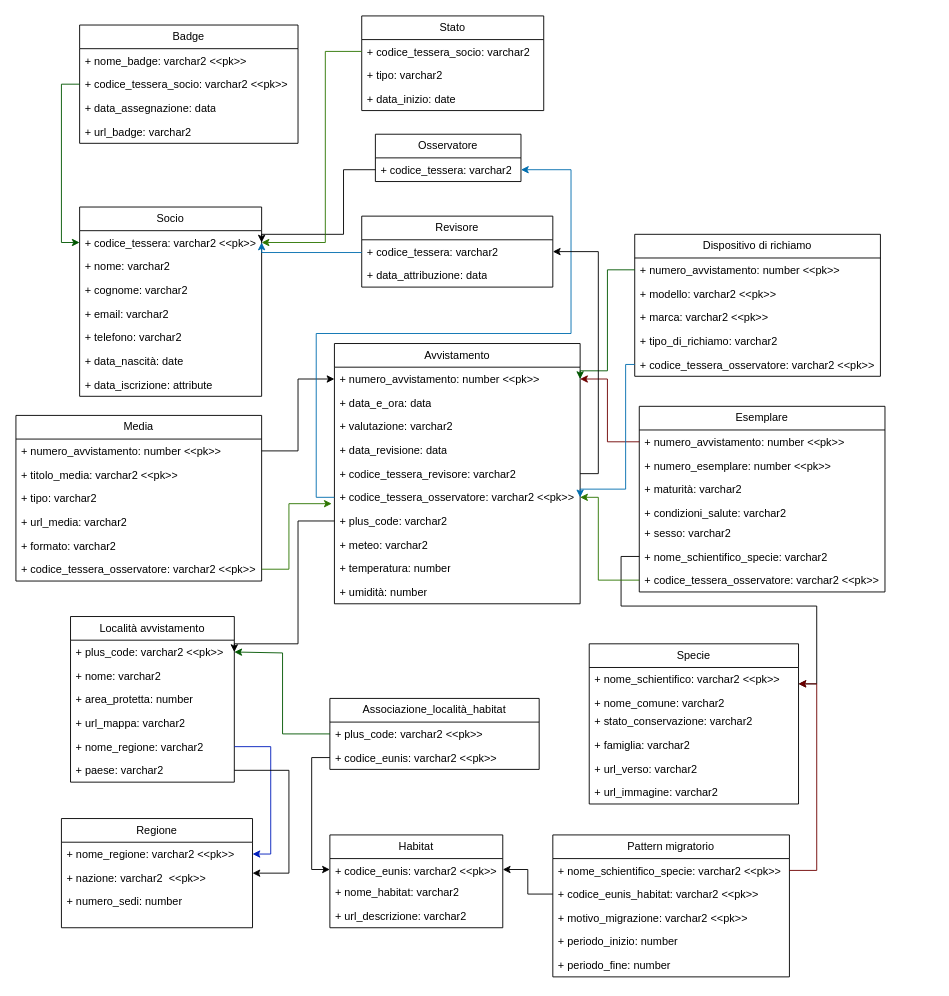
Earlier version of the draw.io diagram page "Page-2" (2 of 3) of document/DiagramEer.drawio (uni-aca100/db-uni). Source tidied: cells renumbered, new cells numbered last; positions are measured from the earlier drawing's top-left corner, leaving out a move shared by most shapes. Both pictures are drawn from the tidied source at 91%, with x=0, y=0 at pixel (15, 15).
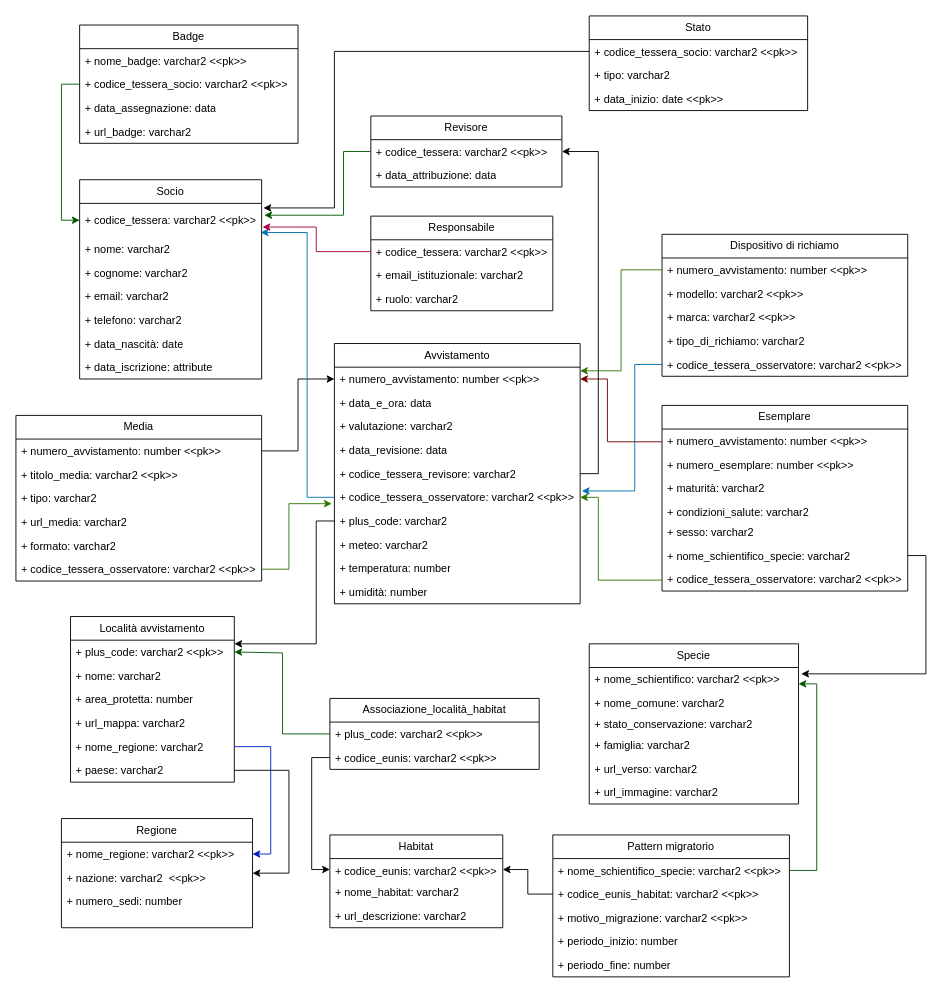
Above is the later version.

Unchanged cells that the change refers to:
```xml
<mxCell id="21" value="Specie" style="swimlane;fontStyle=0;horizontal=1;startSize=26;fillColor=none;whiteSpace=wrap;html=1;" parent="1" vertex="1">
  <mxGeometry x="630" y="690" width="230" height="176" as="geometry" />
</mxCell>
<mxCell id="22" value="+ nome_schientifico: varchar2 &amp;lt;&amp;lt;pk&amp;gt;&amp;gt;" style="text;strokeColor=none;fillColor=none;align=left;verticalAlign=top;spacingLeft=4;spacingRight=4;overflow=hidden;points=[[0,0.5],[1,0.5]];portConstraint=eastwest;whiteSpace=wrap;html=1;" parent="21" vertex="1">
  <mxGeometry y="26" width="230" height="26" as="geometry" />
</mxCell>
<mxCell id="33" value="+ plus_code: varchar2 &amp;lt;&amp;lt;pk&amp;gt;&amp;gt;" style="text;strokeColor=none;fillColor=none;align=left;verticalAlign=top;spacingLeft=4;spacingRight=4;overflow=hidden;points=[[0,0.5],[1,0.5]];portConstraint=eastwest;whiteSpace=wrap;html=1;" parent="32" vertex="1">
  <mxGeometry y="26" width="180" height="26" as="geometry" />
</mxCell>
<mxCell id="40" value="+ numero_avvistamento: number &amp;lt;&amp;lt;pk&amp;gt;&amp;gt;" style="text;strokeColor=none;fillColor=none;align=left;verticalAlign=top;spacingLeft=4;spacingRight=4;overflow=hidden;points=[[0,0.5],[1,0.5]];portConstraint=eastwest;whiteSpace=wrap;html=1;" parent="39" vertex="1">
  <mxGeometry y="26" width="270" height="26" as="geometry" />
</mxCell>
<mxCell id="45" value="+ codice_tessera_osservatore:&amp;nbsp;varchar2 &amp;lt;&amp;lt;pk&amp;gt;&amp;gt;" style="text;strokeColor=none;fillColor=none;align=left;verticalAlign=top;spacingLeft=4;spacingRight=4;overflow=hidden;points=[[0,0.5],[1,0.5]];portConstraint=eastwest;whiteSpace=wrap;html=1;" parent="39" vertex="1">
  <mxGeometry y="156" width="270" height="26" as="geometry" />
</mxCell>
<mxCell id="46" value="+ plus_code: varchar2" style="text;strokeColor=none;fillColor=none;align=left;verticalAlign=top;spacingLeft=4;spacingRight=4;overflow=hidden;points=[[0,0.5],[1,0.5]];portConstraint=eastwest;whiteSpace=wrap;html=1;" parent="39" vertex="1">
  <mxGeometry y="182" width="270" height="26" as="geometry" />
</mxCell>
<mxCell id="57" value="+ nome_schientifico_specie: varchar2" style="text;strokeColor=none;fillColor=none;align=left;verticalAlign=top;spacingLeft=4;spacingRight=4;overflow=hidden;points=[[0,0.5],[1,0.5]];portConstraint=eastwest;whiteSpace=wrap;html=1;" parent="51" vertex="1">
  <mxGeometry y="152" width="270" height="26" as="geometry" />
</mxCell>
<mxCell id="71" value="+ nome_schientifico_specie: varchar2 &amp;lt;&amp;lt;pk&amp;gt;&amp;gt;" style="text;strokeColor=none;fillColor=none;align=left;verticalAlign=top;spacingLeft=4;spacingRight=4;overflow=hidden;points=[[0,0.5],[1,0.5]];portConstraint=eastwest;whiteSpace=wrap;html=1;" parent="70" vertex="1">
  <mxGeometry y="26" width="260" height="26" as="geometry" />
</mxCell>
<mxCell id="86" value="+ numero_avvistamento: number &amp;lt;&amp;lt;pk&amp;gt;&amp;gt;" style="text;strokeColor=none;fillColor=none;align=left;verticalAlign=top;spacingLeft=4;spacingRight=4;overflow=hidden;points=[[0,0.5],[1,0.5]];portConstraint=eastwest;whiteSpace=wrap;html=1;" parent="85" vertex="1">
  <mxGeometry y="26" width="270" height="26" as="geometry" />
</mxCell>
<mxCell id="90" value="+ codice_tessera_osservatore: varchar2 &amp;lt;&amp;lt;pk&amp;gt;&amp;gt;" style="text;strokeColor=none;fillColor=none;align=left;verticalAlign=top;spacingLeft=4;spacingRight=4;overflow=hidden;points=[[0,0.5],[1,0.5]];portConstraint=eastwest;whiteSpace=wrap;html=1;" parent="85" vertex="1">
  <mxGeometry y="130" width="270" height="26" as="geometry" />
</mxCell>
```

The edit, as a diff of the source:
```diff
@@
-    <mxCell id="6" value="Osservatore" style="swimlane;fontStyle=0;horizontal=1;startSize=26;fillColor=none;whiteSpace=wrap;html=1;" parent="1" vertex="1">
-      <mxGeometry x="395" y="130" width="160" height="52" as="geometry" />
+    <mxCell id="6" value="Responsabile" style="swimlane;fontStyle=0;horizontal=1;startSize=26;fillColor=none;whiteSpace=wrap;html=1;" parent="1" vertex="1">
+      <mxGeometry x="390" y="220" width="200" height="104" as="geometry" />
     </mxCell>
-    <mxCell id="7" value="+ codice_tessera: varchar2" style="text;strokeColor=none;fillColor=none;align=left;verticalAlign=top;spacingLeft=4;spacingRight=4;overflow=hidden;points=[[0,0.5],[1,0.5]];portConstraint=eastwest;whiteSpace=wrap;html=1;" parent="6" vertex="1">
-      <mxGeometry y="26" width="160" height="26" as="geometry" />
+    <mxCell id="7" value="+ codice_tessera: varchar2 &amp;lt;&amp;lt;pk&amp;gt;&amp;gt;" style="text;strokeColor=none;fillColor=none;align=left;verticalAlign=top;spacingLeft=4;spacingRight=4;overflow=hidden;points=[[0,0.5],[1,0.5]];portConstraint=eastwest;whiteSpace=wrap;html=1;" parent="6" vertex="1">
+      <mxGeometry y="26" width="200" height="26" as="geometry" />
     </mxCell>
+    <mxCell id="107" value="+ email_istituzionale:&amp;nbsp;varchar2" style="text;strokeColor=none;fillColor=none;align=left;verticalAlign=top;spacingLeft=4;spacingRight=4;overflow=hidden;whiteSpace=wrap;html=1;" parent="6" vertex="1">
+      <mxGeometry y="52" width="200" height="26" as="geometry" />
+    </mxCell>
+    <mxCell id="108" value="+ ruolo:&amp;nbsp;varchar2" style="text;strokeColor=none;fillColor=none;align=left;verticalAlign=top;spacingLeft=4;spacingRight=4;overflow=hidden;whiteSpace=wrap;html=1;" parent="6" vertex="1">
+      <mxGeometry y="78" width="200" height="26" as="geometry" />
+    </mxCell>
     <mxCell id="8" value="Socio" style="swimlane;fontStyle=0;horizontal=1;startSize=26;fillColor=none;whiteSpace=wrap;html=1;" parent="1" vertex="1">
-      <mxGeometry x="70" y="210" width="200" height="208" as="geometry" />
+      <mxGeometry x="70" y="180" width="200" height="219" as="geometry" />
     </mxCell>
-    <mxCell id="9" value="+ codice_tessera: varchar2 &amp;lt;&amp;lt;pk&amp;gt;&amp;gt;" style="text;strokeColor=none;fillColor=none;align=left;verticalAlign=top;spacingLeft=4;spacingRight=4;overflow=hidden;points=[[0,0.5],[1,0.5]];portConstraint=eastwest;whiteSpace=wrap;html=1;" parent="8" vertex="1">
-      <mxGeometry y="26" width="200" height="26" as="geometry" />
+    <mxCell id="9" value="+ codice_tessera: varchar2 &amp;lt;&amp;lt;pk&amp;gt;&amp;gt;" style="text;strokeColor=none;fillColor=none;align=left;verticalAlign=middle;spacingLeft=4;spacingRight=4;overflow=hidden;points=[[0,0.5],[1,0.5]];portConstraint=eastwest;whiteSpace=wrap;html=1;" parent="8" vertex="1">
+      <mxGeometry y="26" width="200" height="37" as="geometry" />
     </mxCell>
     <mxCell id="10" value="+ nome: varchar2" style="text;strokeColor=none;fillColor=none;align=left;verticalAlign=top;spacingLeft=4;spacingRight=4;overflow=hidden;whiteSpace=wrap;html=1;" parent="8" vertex="1">
-      <mxGeometry y="52" width="200" height="26" as="geometry" />
+      <mxGeometry y="63" width="200" height="26" as="geometry" />
     </mxCell>
     <mxCell id="11" value="+ cognome: varchar2" style="text;strokeColor=none;fillColor=none;align=left;verticalAlign=top;spacingLeft=4;spacingRight=4;overflow=hidden;whiteSpace=wrap;html=1;" parent="8" vertex="1">
-      <mxGeometry y="78" width="200" height="26" as="geometry" />
+      <mxGeometry y="89" width="200" height="26" as="geometry" />
     </mxCell>
     <mxCell id="12" value="+ email: varchar2" style="text;strokeColor=none;fillColor=none;align=left;verticalAlign=top;spacingLeft=4;spacingRight=4;overflow=hidden;whiteSpace=wrap;html=1;" parent="8" vertex="1">
-      <mxGeometry y="104" width="200" height="26" as="geometry" />
+      <mxGeometry y="115" width="200" height="26" as="geometry" />
     </mxCell>
     <mxCell id="13" value="+ telefono: varchar2" style="text;strokeColor=none;fillColor=none;align=left;verticalAlign=top;spacingLeft=4;spacingRight=4;overflow=hidden;whiteSpace=wrap;html=1;" parent="8" vertex="1">
-      <mxGeometry y="130" width="200" height="26" as="geometry" />
+      <mxGeometry y="141" width="200" height="26" as="geometry" />
     </mxCell>
     <mxCell id="14" value="+ data_nascità: date" style="text;strokeColor=none;fillColor=none;align=left;verticalAlign=top;spacingLeft=4;spacingRight=4;overflow=hidden;whiteSpace=wrap;html=1;" parent="8" vertex="1">
-      <mxGeometry y="156" width="200" height="26" as="geometry" />
+      <mxGeometry y="167" width="200" height="26" as="geometry" />
     </mxCell>
     <mxCell id="15" value="+ data_iscrizione: attribute" style="text;strokeColor=none;fillColor=none;align=left;verticalAlign=top;spacingLeft=4;spacingRight=4;overflow=hidden;whiteSpace=wrap;html=1;" parent="8" vertex="1">
-      <mxGeometry y="182" width="200" height="26" as="geometry" />
+      <mxGeometry y="193" width="200" height="26" as="geometry" />
     </mxCell>
-    <mxCell id="16" style="edgeStyle=orthogonalEdgeStyle;rounded=0;jettySize=auto;html=1;entryX=1;entryY=0.5;entryDx=0;entryDy=0;" parent="1" edge="1" source="7" target="9">
-      <mxGeometry relative="1" as="geometry">
-        <Array as="points">
-          <mxPoint x="360" y="169" />
-          <mxPoint x="360" y="240" />
-          <mxPoint x="270" y="240" />
-        </Array>
-      </mxGeometry>
-    </mxCell>
     <mxCell id="17" value="Revisore" style="swimlane;fontStyle=0;horizontal=1;startSize=26;fillColor=none;whiteSpace=wrap;html=1;" parent="1" vertex="1">
-      <mxGeometry x="380" y="220" width="210" height="78" as="geometry" />
+      <mxGeometry x="390" y="110" width="210" height="78" as="geometry" />
     </mxCell>
-    <mxCell id="18" value="+ codice_tessera: varchar2" style="text;strokeColor=none;fillColor=none;align=left;verticalAlign=top;spacingLeft=4;spacingRight=4;overflow=hidden;points=[[0,0.5],[1,0.5]];portConstraint=eastwest;whiteSpace=wrap;html=1;" parent="17" vertex="1">
+    <mxCell id="18" value="+ codice_tessera: varchar2 &amp;lt;&amp;lt;pk&amp;gt;&amp;gt;" style="text;strokeColor=none;fillColor=none;align=left;verticalAlign=top;spacingLeft=4;spacingRight=4;overflow=hidden;points=[[0,0.5],[1,0.5]];portConstraint=eastwest;whiteSpace=wrap;html=1;" parent="17" vertex="1">
       <mxGeometry y="26" width="210" height="26" as="geometry" />
     </mxCell>
@@
-    <mxCell id="20" style="edgeStyle=orthogonalEdgeStyle;rounded=0;jettySize=auto;html=1;entryX=1;entryY=0.5;entryDx=0;entryDy=0;fillColor=#1ba1e2;strokeColor=#006EAF;" parent="1" edge="1" source="18" target="9">
-      <mxGeometry relative="1" as="geometry">
-        <Array as="points">
-          <mxPoint x="270" y="260" />
-        </Array>
-      </mxGeometry>
-    </mxCell>
@@
-    <mxCell id="24" value="+ stato_conservazione: varchar2" style="text;strokeColor=none;fillColor=none;align=left;verticalAlign=top;spacingLeft=4;spacingRight=4;overflow=hidden;whiteSpace=wrap;html=1;" parent="21" vertex="1">
+    <mxCell id="24" value="+ stato_conservazione: varchar2" style="text;strokeColor=none;fillColor=none;align=left;verticalAlign=bottom;spacingLeft=4;spacingRight=4;overflow=hidden;whiteSpace=wrap;html=1;" parent="21" vertex="1">
       <mxGeometry y="72" width="230" height="26" as="geometry" />
     </mxCell>
@@
-    <mxCell id="50" style="edgeStyle=orthogonalEdgeStyle;rounded=0;jettySize=auto;html=1;entryX=1;entryY=0.5;entryDx=0;entryDy=0;" parent="1" edge="1" source="46" target="33">
-      <mxGeometry relative="1" as="geometry">
-        <Array as="points">
-          <mxPoint x="310" y="555" />
-          <mxPoint x="310" y="690" />
-          <mxPoint x="240" y="690" />
-        </Array>
-      </mxGeometry>
-    </mxCell>
     <mxCell id="51" value="Esemplare" style="swimlane;fontStyle=0;horizontal=1;startSize=26;fillColor=none;whiteSpace=wrap;html=1;" parent="1" vertex="1">
-      <mxGeometry x="685" y="429" width="270" height="204" as="geometry" />
+      <mxGeometry x="710" y="428" width="270" height="204" as="geometry" />
     </mxCell>
@@
-    <mxCell id="60" style="edgeStyle=orthogonalEdgeStyle;rounded=0;jettySize=auto;html=1;entryX=1;entryY=0.25;entryDx=0;entryDy=0;" parent="1" edge="1" source="57" target="21">
-      <mxGeometry relative="1" as="geometry" />
+    <mxCell id="60" style="edgeStyle=orthogonalEdgeStyle;rounded=0;jettySize=auto;html=1;entryX=1.013;entryY=0.269;entryDx=0;entryDy=0;entryPerimeter=0;" parent="1" edge="1" source="57" target="22">
+      <mxGeometry relative="1" as="geometry">
+        <Array as="points">
+          <mxPoint x="1000" y="593" />
+          <mxPoint x="1000" y="723" />
+        </Array>
+      </mxGeometry>
     </mxCell>
@@
-    <mxCell id="77" style="edgeStyle=orthogonalEdgeStyle;rounded=0;jettySize=auto;html=1;entryX=1;entryY=0.25;entryDx=0;entryDy=0;fillColor=#a20025;strokeColor=#6F0000;" parent="1" edge="1" source="71" target="21">
+    <mxCell id="77" style="edgeStyle=orthogonalEdgeStyle;rounded=0;jettySize=auto;html=1;entryX=1;entryY=0.25;entryDx=0;entryDy=0;fillColor=#008a00;strokeColor=#005700;" parent="1" edge="1" source="71" target="21">
       <mxGeometry relative="1" as="geometry" />
     </mxCell>
@@
     <mxCell id="85" value="Dispositivo di richiamo" style="swimlane;fontStyle=0;horizontal=1;startSize=26;fillColor=none;whiteSpace=wrap;html=1;" parent="1" vertex="1">
-      <mxGeometry x="680" y="240" width="270" height="156" as="geometry" />
+      <mxGeometry x="710" y="240" width="270" height="156" as="geometry" />
     </mxCell>
@@
-    <mxCell id="91" style="edgeStyle=orthogonalEdgeStyle;rounded=0;jettySize=auto;html=1;entryX=1;entryY=0.5;entryDx=0;entryDy=0;fillColor=#008a00;strokeColor=#005700;exitX=0;exitY=0.5;exitDx=0;exitDy=0;" parent="1" edge="1" source="86" target="40">
-      <mxGeometry relative="1" as="geometry">
-        <Array as="points">
-          <mxPoint x="650" y="279" />
-          <mxPoint x="650" y="390" />
-          <mxPoint x="620" y="390" />
-        </Array>
-      </mxGeometry>
-    </mxCell>
@@
-    <mxCell id="98" style="edgeStyle=orthogonalEdgeStyle;rounded=0;jettySize=auto;html=1;exitX=0;exitY=0.5;exitDx=0;exitDy=0;entryX=1;entryY=0.5;entryDx=0;entryDy=0;fillColor=#1ba1e2;strokeColor=#006EAF;" parent="1" edge="1" source="45" target="7">
-      <mxGeometry relative="1" as="geometry">
-        <Array as="points">
-          <mxPoint x="330" y="529" />
-          <mxPoint x="330" y="349" />
-          <mxPoint x="610" y="349" />
-          <mxPoint x="610" y="169" />
-        </Array>
-      </mxGeometry>
-    </mxCell>
-    <mxCell id="99" style="edgeStyle=orthogonalEdgeStyle;rounded=0;jettySize=auto;html=1;entryX=1;entryY=0.5;entryDx=0;entryDy=0;fillColor=#1ba1e2;strokeColor=#006EAF;" parent="1" edge="1" source="90" target="45">
-      <mxGeometry relative="1" as="geometry">
-        <Array as="points">
-          <mxPoint x="670" y="383" />
-          <mxPoint x="670" y="520" />
-          <mxPoint x="620" y="520" />
-        </Array>
-      </mxGeometry>
-    </mxCell>
@@
     <mxCell id="102" value="Stato" style="swimlane;fontStyle=0;horizontal=1;startSize=26;fillColor=none;whiteSpace=wrap;html=1;" parent="1" vertex="1">
-      <mxGeometry x="380" width="200" height="104" as="geometry" />
+      <mxGeometry x="630" width="240" height="104" as="geometry" />
     </mxCell>
-    <mxCell id="103" value="+ codice_tessera_socio: varchar2" style="text;strokeColor=none;fillColor=none;align=left;verticalAlign=top;spacingLeft=4;spacingRight=4;overflow=hidden;points=[[0,0.5],[1,0.5]];portConstraint=eastwest;whiteSpace=wrap;html=1;" parent="102" vertex="1">
-      <mxGeometry y="26" width="200" height="26" as="geometry" />
+    <mxCell id="103" value="+ codice_tessera_socio: varchar2 &amp;lt;&amp;lt;pk&amp;gt;&amp;gt;" style="text;strokeColor=none;fillColor=none;align=left;verticalAlign=top;spacingLeft=4;spacingRight=4;overflow=hidden;points=[[0,0.5],[1,0.5]];portConstraint=eastwest;whiteSpace=wrap;html=1;" parent="102" vertex="1">
+      <mxGeometry y="26" width="240" height="26" as="geometry" />
     </mxCell>
     <mxCell id="104" value="+ tipo: varchar2" style="text;strokeColor=none;fillColor=none;align=left;verticalAlign=top;spacingLeft=4;spacingRight=4;overflow=hidden;whiteSpace=wrap;html=1;" parent="102" vertex="1">
-      <mxGeometry y="52" width="200" height="26" as="geometry" />
+      <mxGeometry y="52" width="240" height="26" as="geometry" />
     </mxCell>
-    <mxCell id="105" value="+ data_inizio: date" style="text;strokeColor=none;fillColor=none;align=left;verticalAlign=top;spacingLeft=4;spacingRight=4;overflow=hidden;whiteSpace=wrap;html=1;" parent="102" vertex="1">
-      <mxGeometry y="78" width="200" height="26" as="geometry" />
+    <mxCell id="105" value="+ data_inizio: date &amp;lt;&amp;lt;pk&amp;gt;&amp;gt;" style="text;strokeColor=none;fillColor=none;align=left;verticalAlign=top;spacingLeft=4;spacingRight=4;overflow=hidden;whiteSpace=wrap;html=1;" parent="102" vertex="1">
+      <mxGeometry y="78" width="240" height="26" as="geometry" />
     </mxCell>
+    <mxCell id="91" style="edgeStyle=orthogonalEdgeStyle;rounded=0;jettySize=auto;html=1;entryX=1;entryY=0.154;entryDx=0;entryDy=0;entryPerimeter=0;fillColor=#60a917;strokeColor=#2D7600;" parent="1" edge="1" source="86" target="40">
+      <mxGeometry relative="1" as="geometry" />
+    </mxCell>
+    <mxCell id="99" style="edgeStyle=orthogonalEdgeStyle;rounded=0;jettySize=auto;html=1;entryX=1.007;entryY=0.231;entryDx=0;entryDy=0;entryPerimeter=0;fillColor=#1ba1e2;strokeColor=#006EAF;" parent="1" edge="1" source="90" target="45">
+      <mxGeometry relative="1" as="geometry">
+        <Array as="points">
+          <mxPoint x="680" y="383" />
+          <mxPoint x="680" y="522" />
+        </Array>
+      </mxGeometry>
+    </mxCell>
+    <mxCell id="50" style="edgeStyle=orthogonalEdgeStyle;rounded=0;jettySize=auto;html=1;entryX=1;entryY=0.154;entryDx=0;entryDy=0;entryPerimeter=0;" parent="1" edge="1" source="46" target="33">
+      <mxGeometry relative="1" as="geometry">
+        <Array as="points">
+          <mxPoint x="330" y="555" />
+          <mxPoint x="330" y="690" />
+        </Array>
+      </mxGeometry>
+    </mxCell>
-    <mxCell id="106" style="edgeStyle=orthogonalEdgeStyle;rounded=0;jettySize=auto;html=1;entryX=1;entryY=0.5;entryDx=0;entryDy=0;fillColor=#60a917;strokeColor=#2D7600;" parent="1" edge="1" source="103" target="9">
+    <mxCell id="106" style="edgeStyle=orthogonalEdgeStyle;rounded=0;jettySize=auto;html=1;entryX=1.01;entryY=0.135;entryDx=0;entryDy=0;entryPerimeter=0;" parent="1" edge="1" source="103" target="9">
       <mxGeometry relative="1" as="geometry">
         <Array as="points">
-          <mxPoint x="340" y="39" />
-          <mxPoint x="340" y="249" />
+          <mxPoint x="350" y="39" />
+          <mxPoint x="350" y="211" />
         </Array>
       </mxGeometry>
     </mxCell>
+    <mxCell id="109" style="edgeStyle=orthogonalEdgeStyle;rounded=0;jettySize=auto;html=1;entryX=0.995;entryY=0.865;entryDx=0;entryDy=0;entryPerimeter=0;fillColor=#1ba1e2;strokeColor=#006EAF;" parent="1" edge="1" source="45" target="9">
+      <mxGeometry relative="1" as="geometry">
+        <Array as="points">
+          <mxPoint x="320" y="529" />
+          <mxPoint x="320" y="238" />
+        </Array>
+      </mxGeometry>
+    </mxCell>
+    <mxCell id="20" style="edgeStyle=orthogonalEdgeStyle;rounded=0;jettySize=auto;html=1;entryX=1.015;entryY=0.351;entryDx=0;entryDy=0;entryPerimeter=0;fillColor=#008a00;strokeColor=#005700;" parent="1" edge="1" source="18" target="9">
+      <mxGeometry relative="1" as="geometry">
+        <Array as="points">
+          <mxPoint x="360" y="149" />
+          <mxPoint x="360" y="219" />
+        </Array>
+      </mxGeometry>
+    </mxCell>
+    <mxCell id="16" style="edgeStyle=orthogonalEdgeStyle;rounded=0;jettySize=auto;html=1;entryX=1.005;entryY=0.703;entryDx=0;entryDy=0;entryPerimeter=0;fillColor=#d80073;strokeColor=#A50040;" parent="1" edge="1" source="7" target="9">
+      <mxGeometry relative="1" as="geometry" />
+    </mxCell>
```
